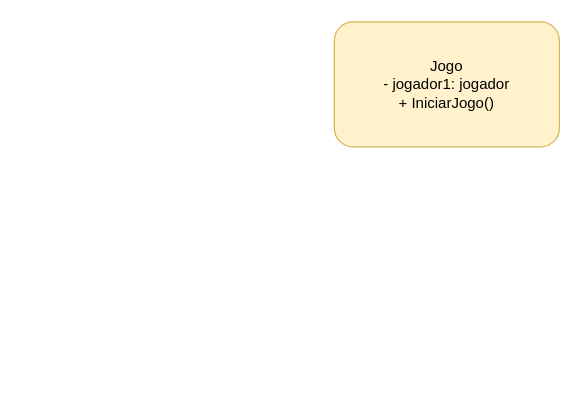
Above: RockPaperScissorsMVC.drawio in devfelipeeduardo/RockPaperScissorsMVC (draw.io), before the change. Source tidied: cells renumbered, new cells numbered last; positions are measured from the earlier drawing's top-left corner, leaving out a move shared by most shapes. Both pictures are drawn from the tidied source at 125%, with x=0, y=0 at pixel (334, 21).
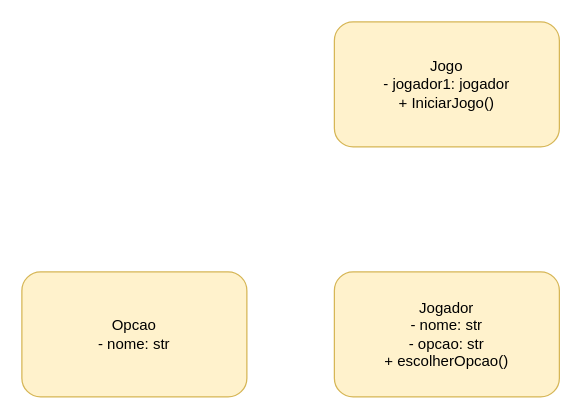
After the change.

The edit, as a diff of the source:
```diff
@@
 <mxGraphModel>
   <root>
     <mxCell id="0" />
     <mxCell id="1" parent="0" />
     <mxCell id="2" value="Jogo&lt;div&gt;- jogador1: jogador&lt;/div&gt;&lt;div&gt;+ IniciarJogo()&lt;/div&gt;" style="rounded=1;whiteSpace=wrap;html=1;fillColor=#fff2cc;strokeColor=#d6b656;" parent="1" vertex="1">
       <mxGeometry width="180" height="100" as="geometry" />
     </mxCell>
+    <mxCell id="3" value="Jogador&lt;div&gt;- nome: str&lt;/div&gt;&lt;div&gt;- opcao: str&lt;/div&gt;&lt;div&gt;+ escolherOpcao()&lt;/div&gt;" style="rounded=1;whiteSpace=wrap;html=1;fillColor=#fff2cc;strokeColor=#d6b656;" parent="1" vertex="1">
+      <mxGeometry y="200" width="180" height="100" as="geometry" />
+    </mxCell>
+    <mxCell id="4" value="Opcao&lt;div&gt;- nome: str&lt;/div&gt;" style="rounded=1;whiteSpace=wrap;html=1;fillColor=#fff2cc;strokeColor=#d6b656;" parent="1" vertex="1">
+      <mxGeometry x="-250" y="200" width="180" height="100" as="geometry" />
+    </mxCell>
   </root>
 </mxGraphModel>
```
